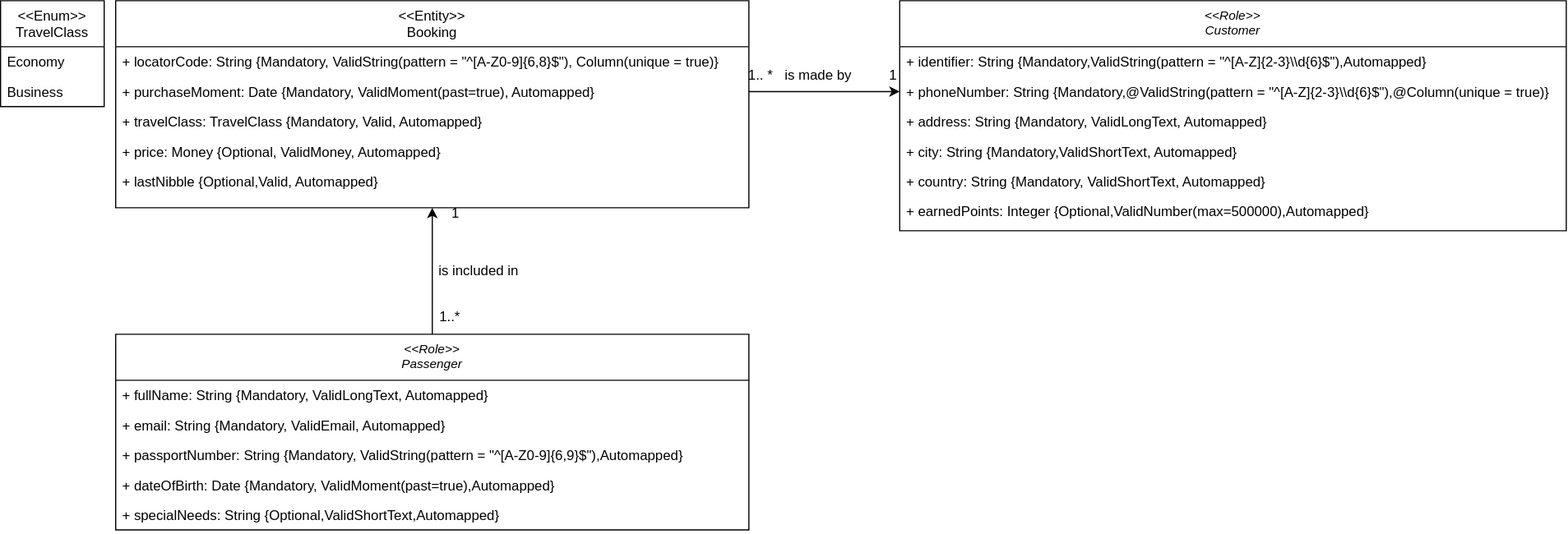
Earlier version of the draw.io export reports/Student #2/Sprint 2/D02-Modelo Dominio-David Valencia Toscano.svg (Davidvt04/Acme-ANS-C1.61). Source tidied: cells renumbered, new cells last; positions are measured from the earlier drawing's top-left corner, leaving out a move shared by most shapes. The source it was exported from:
```xml
<mxGraphModel>
  <root>
    <mxCell id="0" />
    <mxCell id="1" parent="0" />
    <mxCell id="2" value="&lt;&lt;Role&gt;&gt;&#10;Customer" style="swimlane;fontStyle=2;align=center;verticalAlign=top;horizontal=1;startSize=40;rounded=0;shadow=0;strokeWidth=1;fontSize=11;" parent="1" vertex="1">
      <mxGeometry x="781" width="579" height="200" as="geometry" />
    </mxCell>
    <mxCell id="3" value="+ identifier: String {Mandatory,ValidString(pattern = &quot;^[A-Z]{2-3}\\d{6}$&quot;),Automapped}" style="text;align=left;verticalAlign=top;spacingLeft=4;spacingRight=4;overflow=hidden;" parent="2" vertex="1">
      <mxGeometry y="40" width="579" height="26" as="geometry" />
    </mxCell>
    <mxCell id="4" value="+ phoneNumber: String {Mandatory,@ValidString(pattern = &quot;^[A-Z]{2-3}\\d{6}$&quot;),@Column(unique = true)}" style="text;align=left;verticalAlign=top;spacingLeft=4;spacingRight=4;overflow=hidden;points=[[0,0.5],[1,0.5]];portConstraint=eastwest;rounded=0;shadow=0;html=0;" parent="2" vertex="1">
      <mxGeometry y="66" width="579" height="26" as="geometry" />
    </mxCell>
    <mxCell id="5" value="+ address: String {Mandatory, ValidLongText, Automapped}" style="text;align=left;verticalAlign=top;spacingLeft=4;spacingRight=4;overflow=hidden;rounded=0;shadow=0;html=0;" parent="2" vertex="1">
      <mxGeometry y="92" width="579" height="26" as="geometry" />
    </mxCell>
    <mxCell id="6" value="+ city: String {Mandatory,ValidShortText, Automapped}" style="text;align=left;verticalAlign=top;spacingLeft=4;spacingRight=4;overflow=hidden;rounded=0;shadow=0;html=0;" parent="2" vertex="1">
      <mxGeometry y="118" width="579" height="26" as="geometry" />
    </mxCell>
    <mxCell id="7" value="+ country: String {Mandatory, ValidShortText, Automapped}" style="text;align=left;verticalAlign=top;spacingLeft=4;spacingRight=4;overflow=hidden;rounded=0;shadow=0;html=0;" parent="2" vertex="1">
      <mxGeometry y="144" width="579" height="26" as="geometry" />
    </mxCell>
    <mxCell id="8" value="+ earnedPoints: Integer {Optional,ValidNumber(max=500000),Automapped}" style="text;align=left;verticalAlign=top;spacingLeft=4;spacingRight=4;overflow=hidden;rounded=0;shadow=0;html=0;" parent="2" vertex="1">
      <mxGeometry y="170" width="579" height="26" as="geometry" />
    </mxCell>
    <mxCell id="9" value="&lt;&lt;Entity&gt;&gt;&#10;Booking" style="swimlane;fontStyle=0;align=center;verticalAlign=top;horizontal=1;startSize=40;rounded=0;shadow=0;strokeWidth=1;" parent="1" vertex="1">
      <mxGeometry x="100" width="550" height="180" as="geometry" />
    </mxCell>
    <mxCell id="10" value="+ locatorCode: String {Mandatory, ValidString(pattern = &quot;^[A-Z0-9]{6,8}$&quot;), Column(unique = true)}" style="text;align=left;verticalAlign=top;spacingLeft=4;spacingRight=4;overflow=hidden;" parent="9" vertex="1">
      <mxGeometry y="40" width="550" height="26" as="geometry" />
    </mxCell>
    <mxCell id="11" value="+ purchaseMoment: Date {Mandatory, ValidMoment(past=true), Automapped}" style="text;align=left;verticalAlign=top;spacingLeft=4;spacingRight=4;overflow=hidden;points=[[0,0.5],[1,0.5]];portConstraint=eastwest;rounded=0;shadow=0;html=0;" parent="9" vertex="1">
      <mxGeometry y="66" width="550" height="26" as="geometry" />
    </mxCell>
    <mxCell id="12" value="+ travelClass: TravelClass {Mandatory, Valid, Automapped}" style="text;align=left;verticalAlign=top;spacingLeft=4;spacingRight=4;overflow=hidden;rounded=0;shadow=0;html=0;" parent="9" vertex="1">
      <mxGeometry y="92" width="550" height="26" as="geometry" />
    </mxCell>
    <mxCell id="13" value="+ price: Money {Optional, ValidMoney, Automapped}" style="text;align=left;verticalAlign=top;spacingLeft=4;spacingRight=4;overflow=hidden;rounded=0;shadow=0;html=0;" parent="9" vertex="1">
      <mxGeometry y="118" width="550" height="26" as="geometry" />
    </mxCell>
    <mxCell id="14" value="+ lastNibble {Optional,Valid, Automapped}" style="text;align=left;verticalAlign=top;spacingLeft=4;spacingRight=4;overflow=hidden;rounded=0;shadow=0;html=0;" parent="9" vertex="1">
      <mxGeometry y="144" width="550" height="26" as="geometry" />
    </mxCell>
    <mxCell id="15" style="edgeStyle=orthogonalEdgeStyle;rounded=0;jettySize=auto;html=1;exitX=0.5;exitY=0;exitDx=0;exitDy=0;entryX=0.5;entryY=1;entryDx=0;entryDy=0;" parent="1" edge="1" source="16" target="9">
      <mxGeometry relative="1" as="geometry" />
    </mxCell>
    <mxCell id="16" value="&lt;&lt;Role&gt;&gt;&#10;Passenger" style="swimlane;fontStyle=2;align=center;verticalAlign=top;horizontal=1;startSize=40;rounded=0;shadow=0;strokeWidth=1;fontSize=11;" parent="1" vertex="1">
      <mxGeometry x="100" y="290" width="550" height="170" as="geometry" />
    </mxCell>
    <mxCell id="17" value="+ fullName: String {Mandatory, ValidLongText, Automapped}" style="text;align=left;verticalAlign=top;spacingLeft=4;spacingRight=4;overflow=hidden;" parent="16" vertex="1">
      <mxGeometry y="40" width="550" height="26" as="geometry" />
    </mxCell>
    <mxCell id="18" value="+ email: String {Mandatory, ValidEmail, Automapped}" style="text;align=left;verticalAlign=top;spacingLeft=4;spacingRight=4;overflow=hidden;rounded=0;shadow=0;html=0;" parent="16" vertex="1">
      <mxGeometry y="66" width="550" height="26" as="geometry" />
    </mxCell>
    <mxCell id="19" value="+ passportNumber: String {Mandatory, ValidString(pattern = &quot;^[A-Z0-9]{6,9}$&quot;),Automapped}" style="text;align=left;verticalAlign=top;spacingLeft=4;spacingRight=4;overflow=hidden;rounded=0;shadow=0;html=0;" parent="16" vertex="1">
      <mxGeometry y="92" width="550" height="26" as="geometry" />
    </mxCell>
    <mxCell id="20" value="+ dateOfBirth: Date {Mandatory, ValidMoment(past=true),Automapped}" style="text;align=left;verticalAlign=top;spacingLeft=4;spacingRight=4;overflow=hidden;rounded=0;shadow=0;html=0;" parent="16" vertex="1">
      <mxGeometry y="118" width="550" height="26" as="geometry" />
    </mxCell>
    <mxCell id="21" value="+ specialNeeds: String {Optional,ValidShortText,Automapped}" style="text;align=left;verticalAlign=top;spacingLeft=4;spacingRight=4;overflow=hidden;rounded=0;shadow=0;html=0;" parent="16" vertex="1">
      <mxGeometry y="144" width="550" height="26" as="geometry" />
    </mxCell>
    <mxCell id="22" value="&lt;&lt;Enum&gt;&gt;&#10;TravelClass" style="swimlane;fontStyle=0;align=center;verticalAlign=top;horizontal=1;startSize=40;rounded=0;shadow=0;strokeWidth=1;" parent="1" vertex="1">
      <mxGeometry width="90" height="92" as="geometry" />
    </mxCell>
    <mxCell id="23" value="Economy" style="text;align=left;verticalAlign=top;spacingLeft=4;spacingRight=4;overflow=hidden;" parent="22" vertex="1">
      <mxGeometry y="40" width="90" height="26" as="geometry" />
    </mxCell>
    <mxCell id="24" value="Business" style="text;align=left;verticalAlign=top;spacingLeft=4;spacingRight=4;overflow=hidden;rounded=0;shadow=0;html=0;" parent="22" vertex="1">
      <mxGeometry y="66" width="90" height="26" as="geometry" />
    </mxCell>
    <mxCell id="25" value="1.. *" style="text;html=1;align=center;verticalAlign=middle;strokeColor=none;fillColor=none;" parent="1" vertex="1">
      <mxGeometry x="640" y="50" width="40" height="30" as="geometry" />
    </mxCell>
    <mxCell id="26" value="1" style="text;html=1;align=center;verticalAlign=middle;strokeColor=none;fillColor=none;" parent="1" vertex="1">
      <mxGeometry x="760" y="50" width="30" height="30" as="geometry" />
    </mxCell>
    <mxCell id="27" value="is made by" style="text;html=1;align=center;verticalAlign=middle;strokeColor=none;fillColor=none;" parent="1" vertex="1">
      <mxGeometry x="670" y="50" width="80" height="30" as="geometry" />
    </mxCell>
    <mxCell id="28" style="edgeStyle=orthogonalEdgeStyle;rounded=0;jettySize=auto;html=1;exitX=1;exitY=0.5;exitDx=0;exitDy=0;entryX=0;entryY=0.5;entryDx=0;entryDy=0;" parent="1" edge="1" source="11" target="4">
      <mxGeometry relative="1" as="geometry" />
    </mxCell>
    <mxCell id="29" value="1" style="text;html=1;align=center;verticalAlign=middle;strokeColor=none;fillColor=none;" parent="1" vertex="1">
      <mxGeometry x="380" y="170" width="30" height="30" as="geometry" />
    </mxCell>
    <mxCell id="30" value="1..*" style="text;html=1;align=center;verticalAlign=middle;strokeColor=none;fillColor=none;" parent="1" vertex="1">
      <mxGeometry x="370" y="260" width="40" height="30" as="geometry" />
    </mxCell>
    <mxCell id="31" value="is included in" style="text;html=1;align=center;verticalAlign=middle;strokeColor=none;fillColor=none;" parent="1" vertex="1">
      <mxGeometry x="370" y="220" width="90" height="30" as="geometry" />
    </mxCell>
  </root>
</mxGraphModel>
```
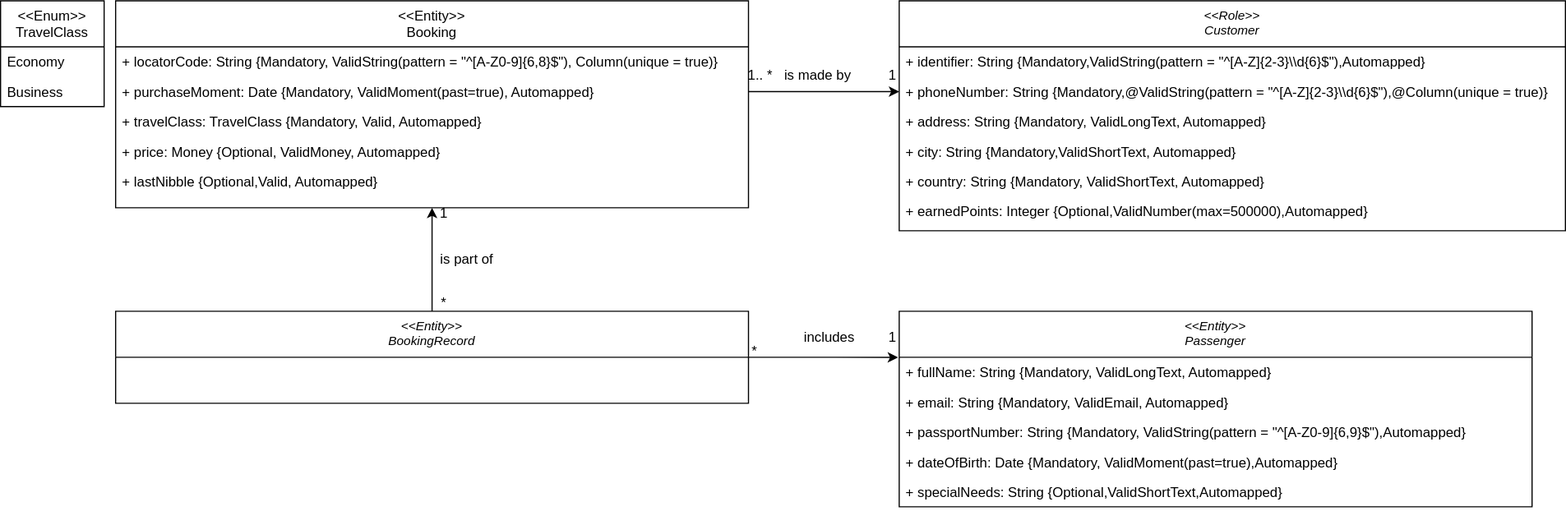
After the change.

What changed in the source:
```diff
@@ -41,11 +41,8 @@
     <mxCell id="14" value="+ lastNibble {Optional,Valid, Automapped}" style="text;align=left;verticalAlign=top;spacingLeft=4;spacingRight=4;overflow=hidden;rounded=0;shadow=0;html=0;" parent="9" vertex="1">
       <mxGeometry y="144" width="550" height="26" as="geometry" />
     </mxCell>
-    <mxCell id="15" style="edgeStyle=orthogonalEdgeStyle;rounded=0;jettySize=auto;html=1;exitX=0.5;exitY=0;exitDx=0;exitDy=0;entryX=0.5;entryY=1;entryDx=0;entryDy=0;" parent="1" edge="1" source="16" target="9">
-      <mxGeometry relative="1" as="geometry" />
-    </mxCell>
-    <mxCell id="16" value="&lt;&lt;Role&gt;&gt;&#10;Passenger" style="swimlane;fontStyle=2;align=center;verticalAlign=top;horizontal=1;startSize=40;rounded=0;shadow=0;strokeWidth=1;fontSize=11;" parent="1" vertex="1">
-      <mxGeometry x="100" y="290" width="550" height="170" as="geometry" />
+    <mxCell id="16" value="&lt;&lt;Entity&gt;&gt;&#10;Passenger" style="swimlane;fontStyle=2;align=center;verticalAlign=top;horizontal=1;startSize=40;rounded=0;shadow=0;strokeWidth=1;fontSize=11;" parent="1" vertex="1">
+      <mxGeometry x="781" y="270" width="550" height="170" as="geometry" />
     </mxCell>
     <mxCell id="17" value="+ fullName: String {Mandatory, ValidLongText, Automapped}" style="text;align=left;verticalAlign=top;spacingLeft=4;spacingRight=4;overflow=hidden;" parent="16" vertex="1">
       <mxGeometry y="40" width="550" height="26" as="geometry" />
@@ -83,14 +80,34 @@
     <mxCell id="28" style="edgeStyle=orthogonalEdgeStyle;rounded=0;jettySize=auto;html=1;exitX=1;exitY=0.5;exitDx=0;exitDy=0;entryX=0;entryY=0.5;entryDx=0;entryDy=0;" parent="1" edge="1" source="11" target="4">
       <mxGeometry relative="1" as="geometry" />
     </mxCell>
-    <mxCell id="29" value="1" style="text;html=1;align=center;verticalAlign=middle;strokeColor=none;fillColor=none;" parent="1" vertex="1">
-      <mxGeometry x="380" y="170" width="30" height="30" as="geometry" />
-    </mxCell>
-    <mxCell id="30" value="1..*" style="text;html=1;align=center;verticalAlign=middle;strokeColor=none;fillColor=none;" parent="1" vertex="1">
-      <mxGeometry x="370" y="260" width="40" height="30" as="geometry" />
-    </mxCell>
-    <mxCell id="31" value="is included in" style="text;html=1;align=center;verticalAlign=middle;strokeColor=none;fillColor=none;" parent="1" vertex="1">
-      <mxGeometry x="370" y="220" width="90" height="30" as="geometry" />
-    </mxCell>
+    <mxCell id="32" style="edgeStyle=orthogonalEdgeStyle;rounded=0;jettySize=auto;html=1;exitX=1;exitY=0.5;exitDx=0;exitDy=0;" parent="1" edge="1" source="34">
+      <mxGeometry relative="1" as="geometry">
+        <mxPoint x="780" y="310.1" as="targetPoint" />
+      </mxGeometry>
+    </mxCell>
+    <mxCell id="33" style="edgeStyle=orthogonalEdgeStyle;rounded=0;jettySize=auto;html=1;exitX=0.5;exitY=0;exitDx=0;exitDy=0;entryX=0.5;entryY=1;entryDx=0;entryDy=0;" parent="1" edge="1" source="34" target="9">
+      <mxGeometry relative="1" as="geometry" />
+    </mxCell>
+    <mxCell id="34" value="&lt;&lt;Entity&gt;&gt;&#10;BookingRecord&#10;" style="swimlane;fontStyle=2;align=center;verticalAlign=top;horizontal=1;startSize=40;rounded=0;shadow=0;strokeWidth=1;fontSize=11;" parent="1" vertex="1">
+      <mxGeometry x="100" y="270" width="550" height="80" as="geometry" />
+    </mxCell>
+    <mxCell id="35" value="*" style="text;html=1;align=center;verticalAlign=middle;strokeColor=none;fillColor=none;" parent="1" vertex="1">
+      <mxGeometry x="640" y="290" width="30" height="30" as="geometry" />
+    </mxCell>
+    <mxCell id="36" value="1" style="text;html=1;align=center;verticalAlign=middle;strokeColor=none;fillColor=none;" parent="1" vertex="1">
+      <mxGeometry x="760" y="278" width="30" height="30" as="geometry" />
+    </mxCell>
+    <mxCell id="37" value="*" style="text;html=1;align=center;verticalAlign=middle;strokeColor=none;fillColor=none;" parent="1" vertex="1">
+      <mxGeometry x="370" y="248" width="30" height="30" as="geometry" />
+    </mxCell>
+    <mxCell id="38" value="1" style="text;html=1;align=center;verticalAlign=middle;strokeColor=none;fillColor=none;" parent="1" vertex="1">
+      <mxGeometry x="370" y="170" width="30" height="30" as="geometry" />
+    </mxCell>
+    <mxCell id="39" value="includes" style="text;html=1;align=center;verticalAlign=middle;strokeColor=none;fillColor=none;" parent="1" vertex="1">
+      <mxGeometry x="685" y="278" width="70" height="30" as="geometry" />
+    </mxCell>
+    <mxCell id="40" value="is part of" style="text;html=1;align=center;verticalAlign=middle;strokeColor=none;fillColor=none;" parent="1" vertex="1">
+      <mxGeometry x="370" y="210" width="70" height="30" as="geometry" />
+    </mxCell>
   </root>
 </mxGraphModel>
```
